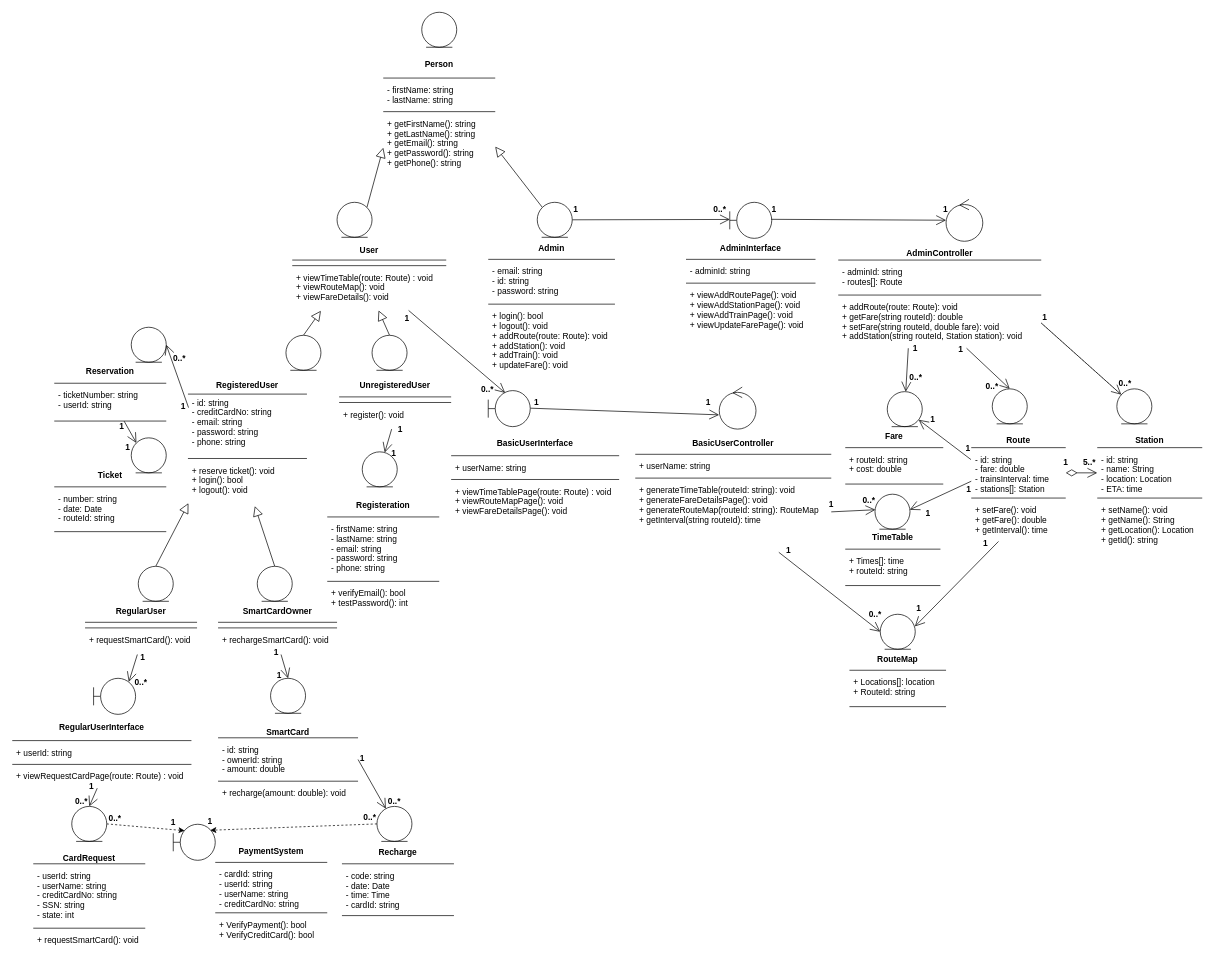
Earlier version of the draw.io diagram ClassDiagram.drawio (yusufnasserdev/Railway-Station-System). Source tidied: cells renumbered, new cells numbered last; positions are measured from the earlier drawing's top-left corner, leaving out a move shared by most shapes. Both pictures are drawn from the tidied source at 70%, with x=0, y=0 at pixel (12, 12).
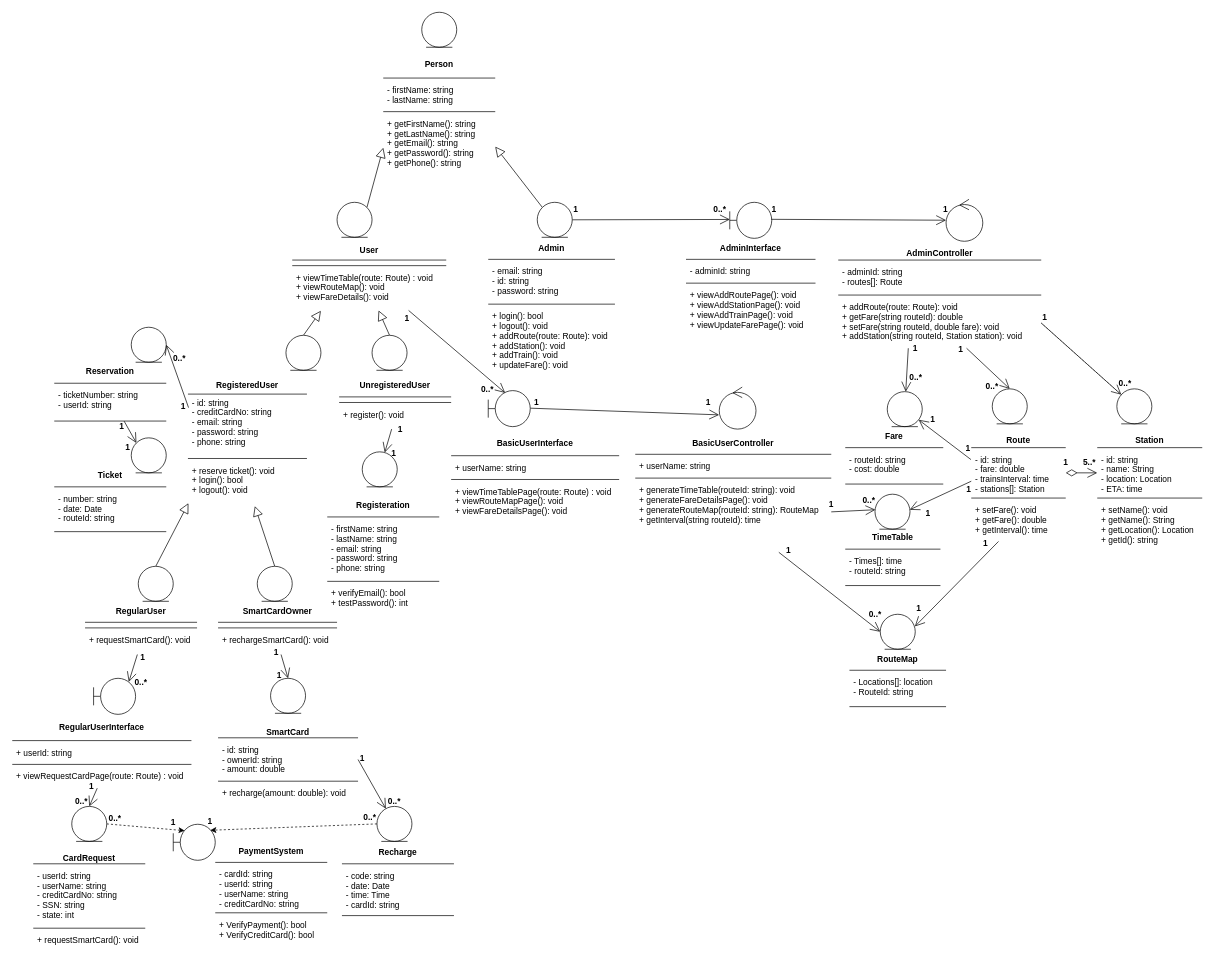
After the change.

Commit message:
Modify visibility in Fare, TimeTable, RouteMap entities

Unchanged cells that the change refers to:
```xml
<mxCell id="61" value="RouteMap&#10;" style="swimlane;fontStyle=1;align=center;verticalAlign=top;horizontal=1;startSize=26;fillColor=none;strokeColor=none;" parent="1" vertex="1">
  <mxGeometry x="1196" y="910" width="138" height="86" as="geometry" />
</mxCell>
<mxCell id="65" value="TimeTable&#10;" style="swimlane;fontStyle=1;align=center;verticalAlign=top;horizontal=1;startSize=26;fillColor=none;strokeColor=none;" parent="1" vertex="1">
  <mxGeometry x="1190" y="737" width="136" height="86" as="geometry" />
</mxCell>
<mxCell id="69" value="Fare" style="swimlane;fontStyle=1;align=center;verticalAlign=top;horizontal=1;startSize=26;fillColor=none;strokeColor=none;" parent="1" vertex="1">
  <mxGeometry x="1190" y="592" width="140" height="86" as="geometry" />
</mxCell>
```

Diff of the diagram source:
```diff
@@
-    <mxCell id="63" value="+ Locations[]: location&#10;+ RouteId: string" style="text;strokeColor=none;fillColor=none;align=left;verticalAlign=top;spacingLeft=4;spacingRight=4;overflow=hidden;" parent="61" vertex="1">
+    <mxCell id="63" value="- Locations[]: location&#10;- RouteId: string" style="text;strokeColor=none;fillColor=none;align=left;verticalAlign=top;spacingLeft=4;spacingRight=4;overflow=hidden;" parent="61" vertex="1">
       <mxGeometry y="34" width="138" height="44" as="geometry" />
     </mxCell>
@@
-    <mxCell id="67" value="+ Times[]: time&#10;+ routeId: string&#10;" style="text;strokeColor=none;fillColor=none;align=left;verticalAlign=top;spacingLeft=4;spacingRight=4;overflow=hidden;" parent="65" vertex="1">
+    <mxCell id="67" value="- Times[]: time&#10;- routeId: string&#10;" style="text;strokeColor=none;fillColor=none;align=left;verticalAlign=top;spacingLeft=4;spacingRight=4;overflow=hidden;" parent="65" vertex="1">
       <mxGeometry y="34" width="136" height="44" as="geometry" />
     </mxCell>
@@
-    <mxCell id="71" value="+ routeId: string&#10;+ cost: double&#10;" style="text;strokeColor=none;fillColor=none;align=left;verticalAlign=top;spacingLeft=4;spacingRight=4;overflow=hidden;" parent="69" vertex="1">
+    <mxCell id="71" value="- routeId: string&#10;- cost: double&#10;" style="text;strokeColor=none;fillColor=none;align=left;verticalAlign=top;spacingLeft=4;spacingRight=4;overflow=hidden;" parent="69" vertex="1">
       <mxGeometry y="34" width="140" height="44" as="geometry" />
     </mxCell>
```
